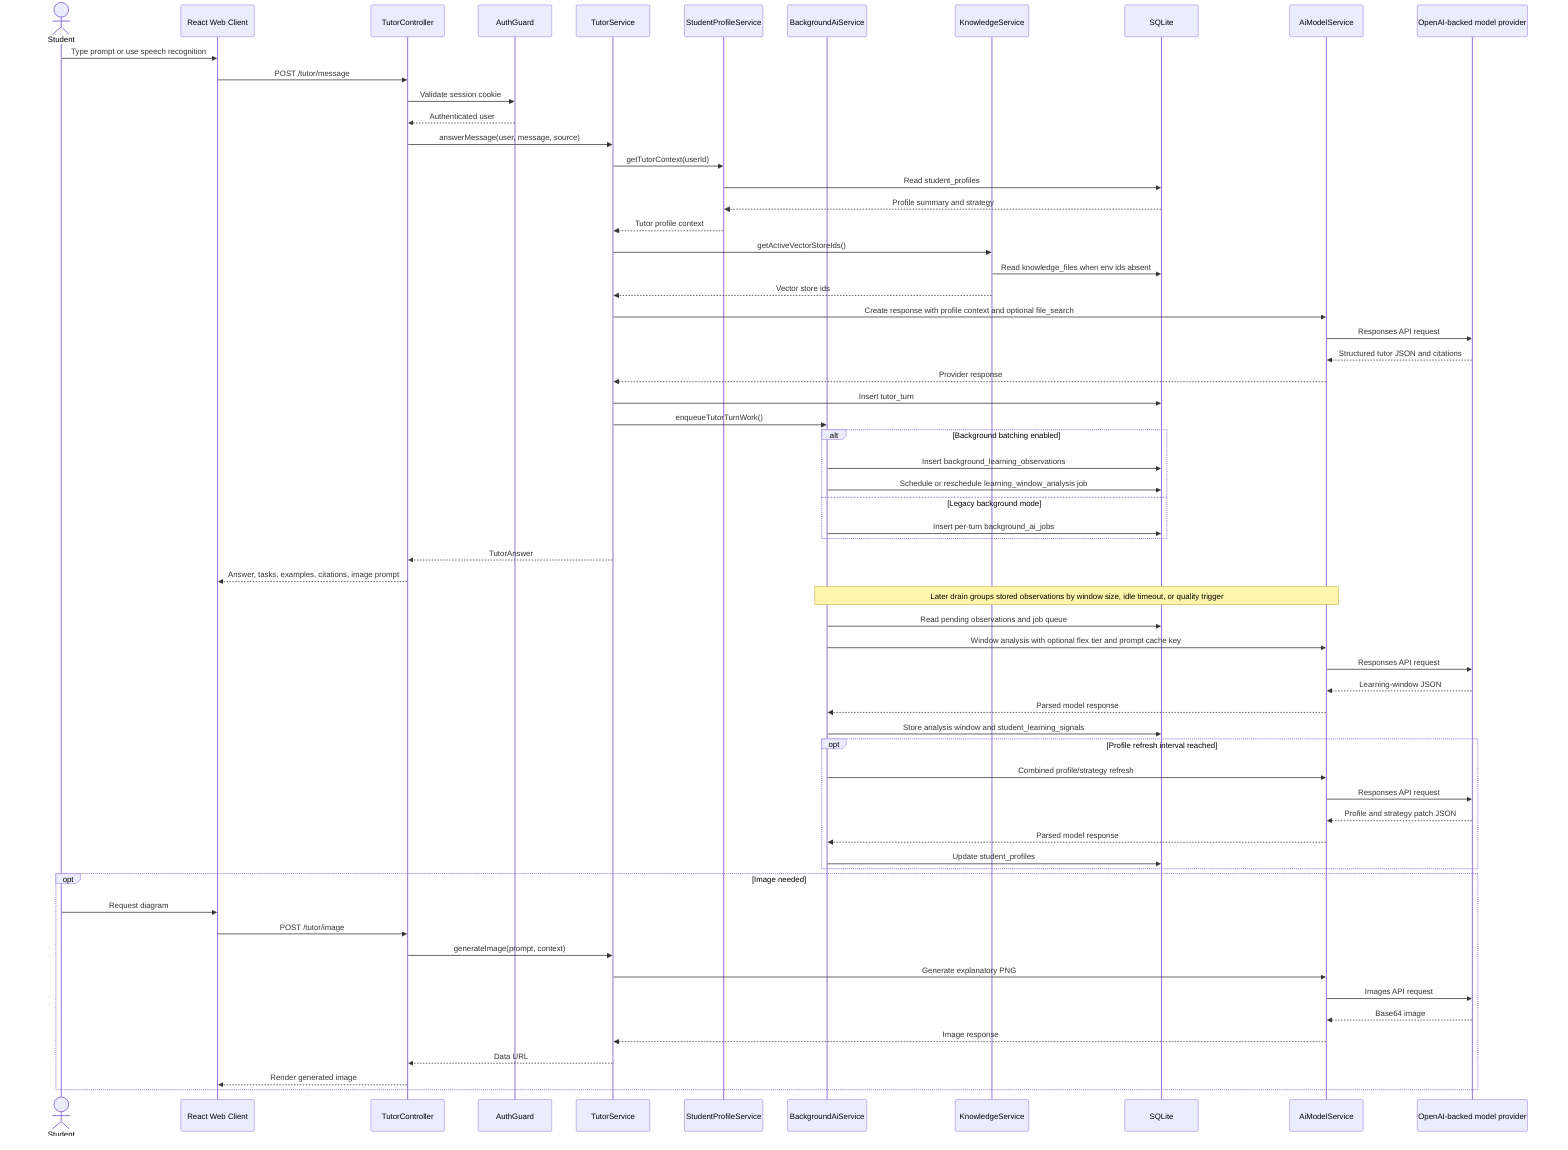
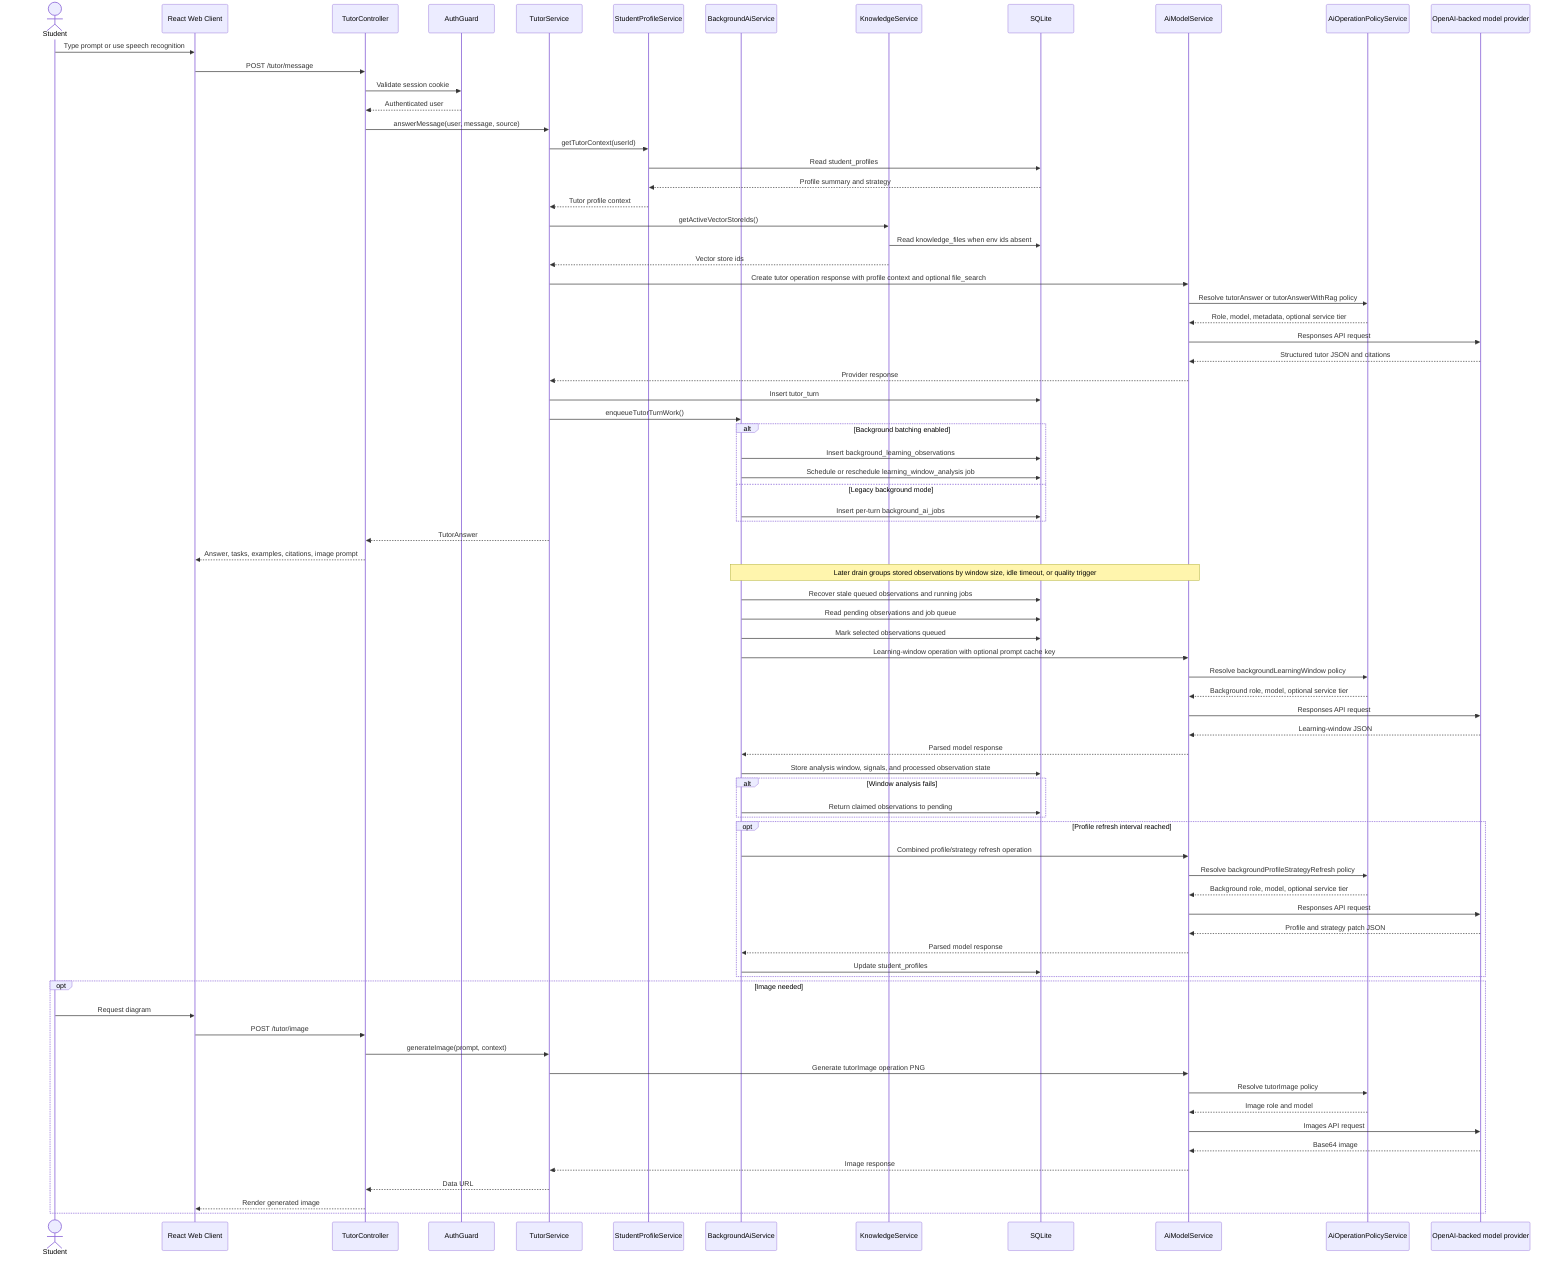
sequenceDiagram
  actor Student
  participant Web as React Web Client
  participant API as TutorController
  participant Auth as AuthGuard
  participant Tutor as TutorService
  participant Profile as StudentProfileService
  participant Background as BackgroundAiService
  participant Knowledge as KnowledgeService
  participant DB as SQLite
  participant AIModel as AiModelService
+   participant Policy as AiOperationPolicyService
  participant OpenAI as OpenAI-backed model provider

  Student->>Web: Type prompt or use speech recognition
  Web->>API: POST /tutor/message
  API->>Auth: Validate session cookie
  Auth-->>API: Authenticated user
  API->>Tutor: answerMessage(user, message, source)
  Tutor->>Profile: getTutorContext(userId)
  Profile->>DB: Read student_profiles
  DB-->>Profile: Profile summary and strategy
  Profile-->>Tutor: Tutor profile context
  Tutor->>Knowledge: getActiveVectorStoreIds()
  Knowledge->>DB: Read knowledge_files when env ids absent
  Knowledge-->>Tutor: Vector store ids
-   Tutor->>AIModel: Create response with profile context and optional file_search
+   Tutor->>AIModel: Create tutor operation response with profile context and optional file_search
+   AIModel->>Policy: Resolve tutorAnswer or tutorAnswerWithRag policy
+   Policy-->>AIModel: Role, model, metadata, optional service tier
  AIModel->>OpenAI: Responses API request
  OpenAI-->>AIModel: Structured tutor JSON and citations
  AIModel-->>Tutor: Provider response
  Tutor->>DB: Insert tutor_turn
  Tutor->>Background: enqueueTutorTurnWork()
  alt Background batching enabled
    Background->>DB: Insert background_learning_observations
    Background->>DB: Schedule or reschedule learning_window_analysis job
  else Legacy background mode
    Background->>DB: Insert per-turn background_ai_jobs
  end
  Tutor-->>API: TutorAnswer
  API-->>Web: Answer, tasks, examples, citations, image prompt
  Note over Background,AIModel: Later drain groups stored observations by window size, idle timeout, or quality trigger
+   Background->>DB: Recover stale queued observations and running jobs
  Background->>DB: Read pending observations and job queue
-   Background->>AIModel: Window analysis with optional flex tier and prompt cache key
+   Background->>DB: Mark selected observations queued
+   Background->>AIModel: Learning-window operation with optional prompt cache key
+   AIModel->>Policy: Resolve backgroundLearningWindow policy
+   Policy-->>AIModel: Background role, model, optional service tier
  AIModel->>OpenAI: Responses API request
  OpenAI-->>AIModel: Learning-window JSON
  AIModel-->>Background: Parsed model response
-   Background->>DB: Store analysis window and student_learning_signals
+   Background->>DB: Store analysis window, signals, and processed observation state
+   alt Window analysis fails
+     Background->>DB: Return claimed observations to pending
+   end
  opt Profile refresh interval reached
-     Background->>AIModel: Combined profile/strategy refresh
+     Background->>AIModel: Combined profile/strategy refresh operation
+     AIModel->>Policy: Resolve backgroundProfileStrategyRefresh policy
+     Policy-->>AIModel: Background role, model, optional service tier
    AIModel->>OpenAI: Responses API request
    OpenAI-->>AIModel: Profile and strategy patch JSON
    AIModel-->>Background: Parsed model response
    Background->>DB: Update student_profiles
  end
  opt Image needed
    Student->>Web: Request diagram
    Web->>API: POST /tutor/image
    API->>Tutor: generateImage(prompt, context)
-     Tutor->>AIModel: Generate explanatory PNG
+     Tutor->>AIModel: Generate tutorImage operation PNG
+     AIModel->>Policy: Resolve tutorImage policy
+     Policy-->>AIModel: Image role and model
    AIModel->>OpenAI: Images API request
    OpenAI-->>AIModel: Base64 image
    AIModel-->>Tutor: Image response
    Tutor-->>API: Data URL
    API-->>Web: Render generated image
  end
